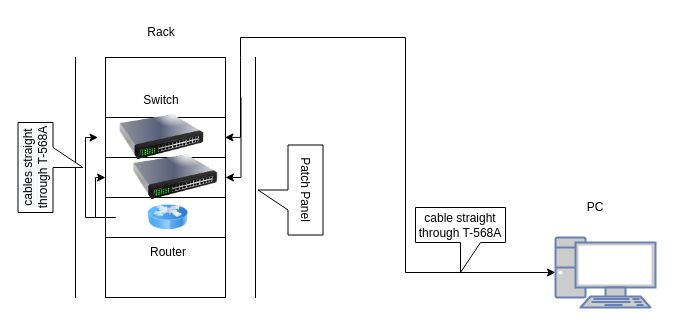
Above: Untitled Diagram.drawio in Oliver-Luna/Python (draw.io), before the change. Source tidied: cells renumbered, new cells numbered last; positions are measured from the earlier drawing's top-left corner, leaving out a move shared by most shapes. Both pictures are drawn from the tidied source at 100%, with x=0, y=0 at pixel (-30, 17).
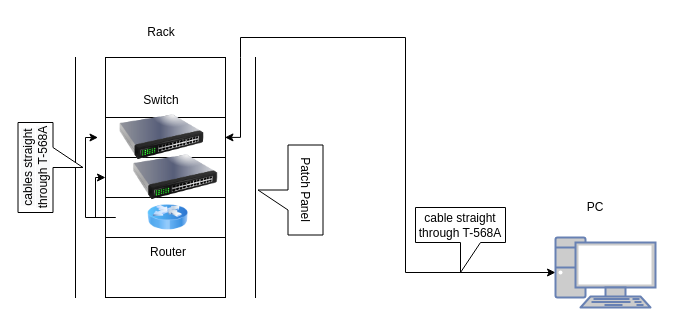
Above is the later version.

Diff of the diagram source:
```diff
@@
-    <mxCell id="17" style="edgeStyle=orthogonalEdgeStyle;rounded=0;orthogonalLoop=1;jettySize=auto;html=1;exitX=0;exitY=0.5;exitDx=0;exitDy=0;fillColor=#003366;entryX=0.333;entryY=1.018;entryDx=0;entryDy=0;entryPerimeter=0;" parent="1" edge="1">
-      <mxGeometry relative="1" as="geometry">
-        <mxPoint x="270.5" y="80" as="sourcePoint" />
-        <mxPoint x="255" y="160" as="targetPoint" />
-        <Array as="points">
-          <mxPoint x="270.5" y="160" />
-        </Array>
-      </mxGeometry>
-    </mxCell>
```
